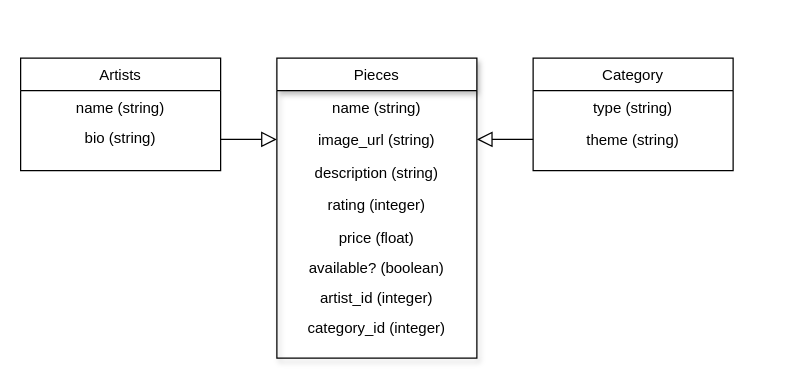
The draw.io diagram association.drawio in andreaesparza13/phase-3-sinatra-react-project, before the edit. Source tidied: cells renumbered, new cells numbered last; positions are measured from the earlier drawing's top-left corner, leaving out a move shared by most shapes. Both pictures are drawn from the tidied source at 125%, with x=0, y=0 at pixel (20, 58).
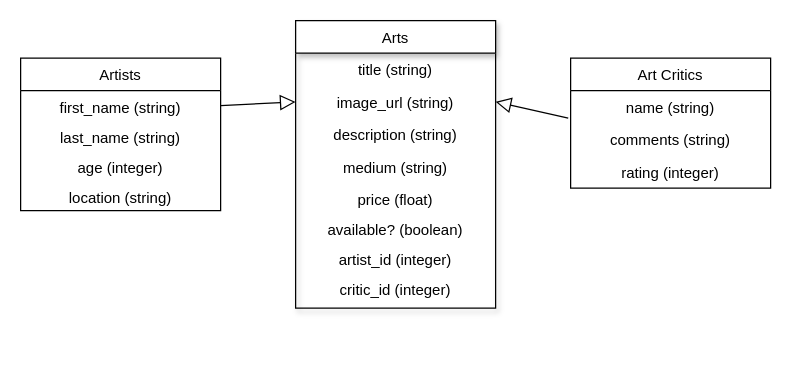
The same page after the edit.

The change refers to these unchanged cells:
```xml
<mxCell id="11" value="image_url (string)" style="text;align=center;verticalAlign=top;spacingLeft=4;spacingRight=4;overflow=hidden;points=[[0,0.5],[1,0.5]];portConstraint=eastwest;rounded=0;shadow=0;html=0;" parent="9" vertex="1">
  <mxGeometry y="52" width="160" height="26" as="geometry" />
</mxCell>
```

The edit, as a diff of the source:
```diff
@@
-    <mxCell id="2" value="Category" style="swimlane;fontStyle=0;align=center;verticalAlign=top;horizontal=1;startSize=26;rounded=0;shadow=0;strokeWidth=1;" parent="1" vertex="1">
-      <mxGeometry x="410" width="160" height="90" as="geometry" />
+    <mxCell id="2" value="Art Critics" style="swimlane;fontStyle=0;align=center;verticalAlign=top;horizontal=1;startSize=26;rounded=0;shadow=0;strokeWidth=1;" parent="1" vertex="1">
+      <mxGeometry x="440" width="160" height="104" as="geometry" />
     </mxCell>
-    <mxCell id="3" value="type (string)" style="text;align=center;verticalAlign=top;spacingLeft=4;spacingRight=4;overflow=hidden;points=[[0,0.5],[1,0.5]];portConstraint=eastwest;" parent="2" vertex="1">
+    <mxCell id="3" value="name (string)" style="text;align=center;verticalAlign=top;spacingLeft=4;spacingRight=4;overflow=hidden;points=[[0,0.5],[1,0.5]];portConstraint=eastwest;" parent="2" vertex="1">
       <mxGeometry y="26" width="160" height="26" as="geometry" />
     </mxCell>
-    <mxCell id="4" value="theme (string)" style="text;align=center;verticalAlign=top;spacingLeft=4;spacingRight=4;overflow=hidden;" parent="2" vertex="1">
+    <mxCell id="4" value="comments (string)" style="text;align=center;verticalAlign=top;spacingLeft=4;spacingRight=4;overflow=hidden;" parent="2" vertex="1">
       <mxGeometry y="52" width="160" height="26" as="geometry" />
     </mxCell>
+    <mxCell id="13" value="rating (integer)" style="text;align=center;verticalAlign=top;spacingLeft=4;spacingRight=4;overflow=hidden;" parent="2" vertex="1">
+      <mxGeometry y="78" width="160" height="26" as="geometry" />
+    </mxCell>
     <mxCell id="5" value="Artists" style="swimlane;fontStyle=0;align=center;verticalAlign=top;horizontal=1;startSize=26;rounded=0;shadow=0;strokeWidth=1;" parent="1" vertex="1">
-      <mxGeometry width="160" height="90" as="geometry" />
+      <mxGeometry width="160" height="122" as="geometry" />
     </mxCell>
-    <mxCell id="6" value="name (string)" style="text;align=center;verticalAlign=top;spacingLeft=4;spacingRight=4;overflow=hidden;points=[[0,0.5],[1,0.5]];portConstraint=eastwest;" parent="5" vertex="1">
+    <mxCell id="6" value="first_name (string)" style="text;align=center;verticalAlign=top;spacingLeft=4;spacingRight=4;overflow=hidden;points=[[0,0.5],[1,0.5]];portConstraint=eastwest;" parent="5" vertex="1">
       <mxGeometry y="26" width="160" height="24" as="geometry" />
     </mxCell>
-    <mxCell id="7" value="bio (string)" style="text;align=center;verticalAlign=top;spacingLeft=4;spacingRight=4;overflow=hidden;" parent="5" vertex="1">
+    <mxCell id="7" value="last_name (string)" style="text;align=center;verticalAlign=top;spacingLeft=4;spacingRight=4;overflow=hidden;" parent="5" vertex="1">
       <mxGeometry y="50" width="160" height="24" as="geometry" />
     </mxCell>
+    <mxCell id="19" value="age (integer)" style="text;align=center;verticalAlign=top;spacingLeft=4;spacingRight=4;overflow=hidden;" parent="5" vertex="1">
+      <mxGeometry y="74" width="160" height="24" as="geometry" />
+    </mxCell>
+    <mxCell id="20" value="location (string)" style="text;align=center;verticalAlign=top;spacingLeft=4;spacingRight=4;overflow=hidden;" parent="5" vertex="1">
+      <mxGeometry y="98" width="160" height="24" as="geometry" />
+    </mxCell>
-    <mxCell id="8" style="endArrow=block;endSize=10;endFill=0;shadow=0;strokeWidth=1;rounded=0;edgeStyle=elbowEdgeStyle;elbow=vertical;entryX=0;entryY=0.5;entryDx=0;entryDy=0;" parent="1" edge="1" source="5" target="11">
+    <mxCell id="8" style="endArrow=block;endSize=10;endFill=0;shadow=0;strokeWidth=1;rounded=0;elbow=vertical;entryX=0;entryY=0.5;entryDx=0;entryDy=0;exitX=1;exitY=0.5;exitDx=0;exitDy=0;" parent="1" edge="1" source="6" target="11">
       <mxGeometry relative="1" as="geometry" />
     </mxCell>
-    <mxCell id="9" value="Pieces" style="swimlane;fontStyle=0;align=center;verticalAlign=top;horizontal=1;startSize=26;rounded=0;shadow=1;strokeWidth=1;" parent="1" vertex="1">
-      <mxGeometry x="205" width="160" height="240" as="geometry" />
+    <mxCell id="9" value="Arts" style="swimlane;fontStyle=0;align=center;verticalAlign=top;horizontal=1;startSize=26;rounded=0;shadow=1;strokeWidth=1;" parent="1" vertex="1">
+      <mxGeometry x="220" y="-30" width="160" height="230" as="geometry" />
     </mxCell>
-    <mxCell id="10" value="name (string)" style="text;align=center;verticalAlign=top;spacingLeft=4;spacingRight=4;overflow=hidden;" parent="9" vertex="1">
+    <mxCell id="10" value="title (string)" style="text;align=center;verticalAlign=top;spacingLeft=4;spacingRight=4;overflow=hidden;" parent="9" vertex="1">
       <mxGeometry y="26" width="160" height="26" as="geometry" />
     </mxCell>
@@
-    <mxCell id="13" value="rating (integer)" style="text;align=center;verticalAlign=top;spacingLeft=4;spacingRight=4;overflow=hidden;rounded=0;shadow=0;html=0;" parent="9" vertex="1">
-      <mxGeometry y="104" width="160" height="26" as="geometry" />
-    </mxCell>
+    <mxCell id="21" value="medium (string)" style="text;align=center;verticalAlign=top;spacingLeft=4;spacingRight=4;overflow=hidden;rounded=0;shadow=0;html=0;" parent="9" vertex="1">
+      <mxGeometry y="104" width="160" height="26" as="geometry" />
+    </mxCell>
@@
-    <mxCell id="17" value="category_id (integer)" style="text;align=center;verticalAlign=top;spacingLeft=4;spacingRight=4;overflow=hidden;" parent="9" vertex="1">
+    <mxCell id="17" value="critic_id (integer)" style="text;align=center;verticalAlign=top;spacingLeft=4;spacingRight=4;overflow=hidden;" parent="9" vertex="1">
       <mxGeometry y="202" width="160" height="24" as="geometry" />
     </mxCell>
-    <mxCell id="18" style="edgeStyle=none;html=1;entryX=1;entryY=0.5;entryDx=0;entryDy=0;startArrow=none;startFill=0;endArrow=block;endFill=0;strokeColor=default;rounded=0;endSize=10;" parent="1" edge="1" target="11">
-      <mxGeometry relative="1" as="geometry">
-        <mxPoint x="410" y="65" as="sourcePoint" />
-      </mxGeometry>
+    <mxCell id="18" style="edgeStyle=none;html=1;entryX=1;entryY=0.5;entryDx=0;entryDy=0;startArrow=none;startFill=0;endArrow=block;endFill=0;strokeColor=default;rounded=0;endSize=10;exitX=-0.012;exitY=0.846;exitDx=0;exitDy=0;exitPerimeter=0;" parent="1" edge="1" source="3" target="11">
+      <mxGeometry relative="1" as="geometry" />
     </mxCell>
```
